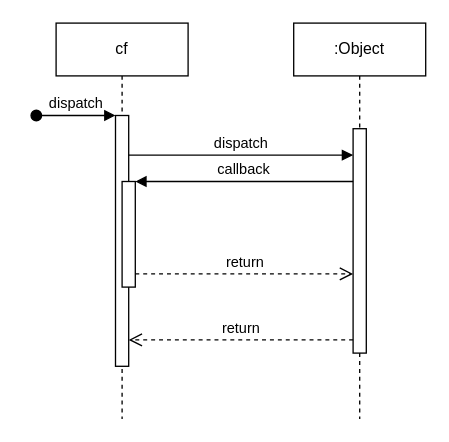
The draw.io diagram gittuto/studyfile/study.drawio in junehaha/studyFiles, before the edit. Source tidied: cells renumbered, new cells numbered last; positions are measured from the earlier drawing's top-left corner, leaving out a move shared by most shapes. Both pictures are drawn from the tidied source at 132%, with x=0, y=0 at pixel (36, 22).
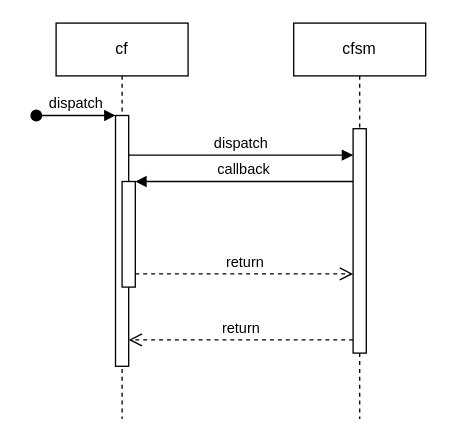
Above is the later version.

What changed in the source:
```diff
@@
 <mxGraphModel>
   <root>
     <mxCell id="0" />
     <mxCell id="1" parent="0" />
     <mxCell id="2" value="cf&lt;br&gt;" style="shape=umlLifeline;perimeter=lifelinePerimeter;whiteSpace=wrap;html=1;newEdgeStyle={&quot;edgeStyle&quot;:&quot;elbowEdgeStyle&quot;,&quot;elbow&quot;:&quot;vertical&quot;,&quot;curved&quot;:0,&quot;rounded&quot;:0};" parent="1" vertex="1">
       <mxGeometry x="15" width="100" height="300" as="geometry" />
     </mxCell>
     <mxCell id="3" style="html=1;points=[];perimeter=orthogonalPerimeter;outlineConnect=0;targetShapes=umlLifeline;portConstraint=eastwest;newEdgeStyle={&quot;edgeStyle&quot;:&quot;elbowEdgeStyle&quot;,&quot;elbow&quot;:&quot;vertical&quot;,&quot;curved&quot;:0,&quot;rounded&quot;:0};" parent="2" vertex="1">
       <mxGeometry x="45" y="70" width="10" height="190" as="geometry" />
     </mxCell>
     <mxCell id="4" value="dispatch" style="html=1;verticalAlign=bottom;startArrow=oval;endArrow=block;startSize=8;edgeStyle=elbowEdgeStyle;elbow=vertical;curved=0;rounded=0;" parent="2" edge="1" target="3">
       <mxGeometry relative="1" as="geometry">
         <mxPoint x="-15" y="70" as="sourcePoint" />
       </mxGeometry>
     </mxCell>
     <mxCell id="5" style="html=1;points=[];perimeter=orthogonalPerimeter;outlineConnect=0;targetShapes=umlLifeline;portConstraint=eastwest;newEdgeStyle={&quot;edgeStyle&quot;:&quot;elbowEdgeStyle&quot;,&quot;elbow&quot;:&quot;vertical&quot;,&quot;curved&quot;:0,&quot;rounded&quot;:0};" parent="2" vertex="1">
       <mxGeometry x="50" y="120" width="10" height="80" as="geometry" />
     </mxCell>
-    <mxCell id="6" value=":Object" style="shape=umlLifeline;perimeter=lifelinePerimeter;whiteSpace=wrap;html=1;newEdgeStyle={&quot;edgeStyle&quot;:&quot;elbowEdgeStyle&quot;,&quot;elbow&quot;:&quot;vertical&quot;,&quot;curved&quot;:0,&quot;rounded&quot;:0};" parent="1" vertex="1">
+    <mxCell id="6" value="cfsm" style="shape=umlLifeline;perimeter=lifelinePerimeter;whiteSpace=wrap;html=1;newEdgeStyle={&quot;edgeStyle&quot;:&quot;elbowEdgeStyle&quot;,&quot;elbow&quot;:&quot;vertical&quot;,&quot;curved&quot;:0,&quot;rounded&quot;:0};" parent="1" vertex="1">
       <mxGeometry x="195" width="100" height="300" as="geometry" />
     </mxCell>
     <mxCell id="7" style="html=1;points=[];perimeter=orthogonalPerimeter;outlineConnect=0;targetShapes=umlLifeline;portConstraint=eastwest;newEdgeStyle={&quot;edgeStyle&quot;:&quot;elbowEdgeStyle&quot;,&quot;elbow&quot;:&quot;vertical&quot;,&quot;curved&quot;:0,&quot;rounded&quot;:0};" parent="6" vertex="1">
       <mxGeometry x="45" y="80" width="10" height="170" as="geometry" />
     </mxCell>
     <mxCell id="8" value="dispatch" style="html=1;verticalAlign=bottom;endArrow=block;edgeStyle=elbowEdgeStyle;elbow=vertical;curved=0;rounded=0;" parent="1" edge="1" source="3" target="7">
       <mxGeometry relative="1" as="geometry">
         <Array as="points">
           <mxPoint x="205" y="100" />
           <mxPoint x="155" y="80" />
         </Array>
       </mxGeometry>
     </mxCell>
     <mxCell id="9" value="return" style="html=1;verticalAlign=bottom;endArrow=open;dashed=1;endSize=8;edgeStyle=elbowEdgeStyle;elbow=vertical;curved=0;rounded=0;" parent="1" edge="1" source="7" target="3">
       <mxGeometry relative="1" as="geometry">
         <Array as="points">
           <mxPoint x="165" y="240" />
         </Array>
       </mxGeometry>
     </mxCell>
     <mxCell id="10" value="callback" style="html=1;verticalAlign=bottom;endArrow=block;edgeStyle=elbowEdgeStyle;elbow=vertical;curved=0;rounded=0;" parent="1" edge="1" source="7" target="5">
       <mxGeometry relative="1" as="geometry">
         <Array as="points">
           <mxPoint x="165" y="120" />
         </Array>
       </mxGeometry>
     </mxCell>
     <mxCell id="11" value="return" style="html=1;verticalAlign=bottom;endArrow=open;dashed=1;endSize=8;edgeStyle=elbowEdgeStyle;elbow=vertical;curved=0;rounded=0;" parent="1" edge="1" source="5" target="7">
       <mxGeometry relative="1" as="geometry">
         <Array as="points">
           <mxPoint x="155" y="190" />
         </Array>
       </mxGeometry>
     </mxCell>
   </root>
 </mxGraphModel>
```
